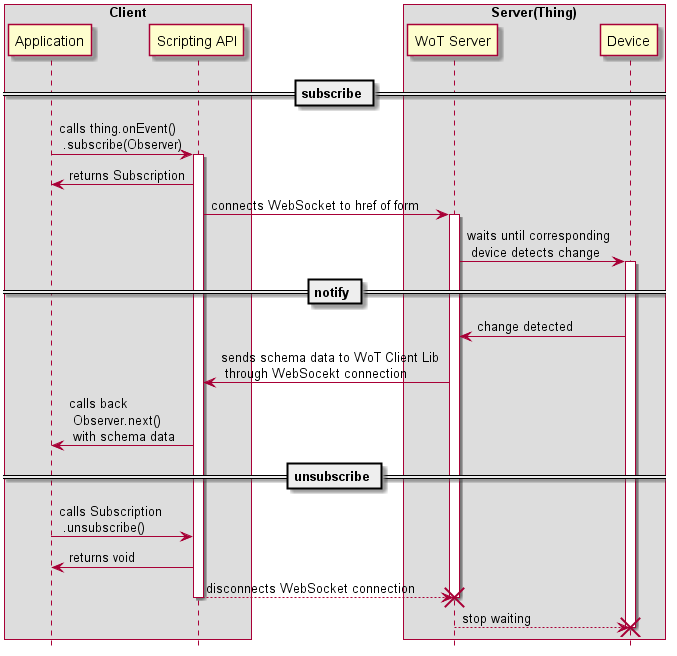
Before: images/message-flows/A_3_1c_eventWebSocket.png, a diagram exported from PlantUML (w3c/wot-architecture). Its diagram source:
```plantuml
@startuml
hide footbox

box "Client"
participant "Application" as AP
participant "Scripting API" as SA
end box

box "Server(Thing)"
participant "WoT Server" as WS
participant "Device" as DC
end box

== subscribe ==

AP  -> SA: calls thing.onEvent() \n .subscribe(Observer)
activate SA
SA  -> AP: returns Subscription
SA  -> WS: connects WebSocket to href of form
activate WS
WS  -> DC: waits until corresponding \n device detects change
activate DC

== notify ==

DC  -> WS: change detected
WS  -> SA: sends schema data to WoT Client Lib \n through WebSocekt connection
SA  -> AP: calls back \n Observer.next() \n with schema data

== unsubscribe ==

AP  -> SA: calls Subscription \n .unsubscribe()
SA  -> AP: returns void
SA --> WS: disconnects WebSocket connection
deactivate SA
destroy WS
WS --> DC: stop waiting
destroy DC

@enduml
```
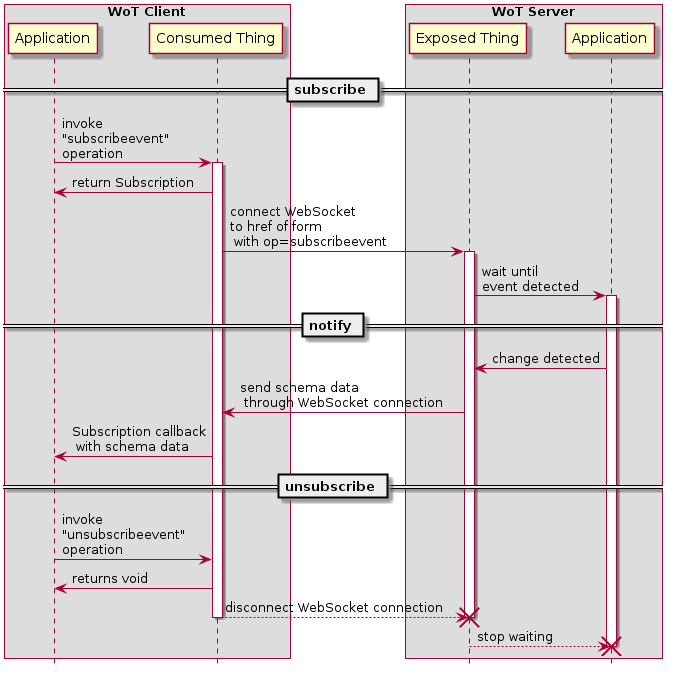
The same diagram one commit later.

Diff of the diagram source:
```diff
@@ -1,37 +1,37 @@
 @startuml
 hide footbox
 
-box "Client"
+box "WoT Client"
 participant "Application" as AP
-participant "Scripting API" as SA
+participant "Consumed Thing" as SA
 end box
 
-box "Server(Thing)"
-participant "WoT Server" as WS
-participant "Device" as DC
+box "WoT Server"
+participant "Exposed Thing" as WS
+participant "Application" as DC
 end box
 
 == subscribe ==
 
-AP  -> SA: calls thing.onEvent() \n .subscribe(Observer)
+AP  -> SA: invoke\n"subscribeevent"\noperation
 activate SA
-SA  -> AP: returns Subscription
-SA  -> WS: connects WebSocket to href of form
+SA  -> AP: return Subscription
+SA  -> WS: connect WebSocket\nto href of form\n with op=subscribeevent
 activate WS
-WS  -> DC: waits until corresponding \n device detects change
+WS  -> DC: wait until\nevent detected
 activate DC
 
 == notify ==
 
 DC  -> WS: change detected
-WS  -> SA: sends schema data to WoT Client Lib \n through WebSocekt connection
-SA  -> AP: calls back \n Observer.next() \n with schema data
+WS  -> SA: send schema data\n through WebSocket connection
+SA  -> AP: Subscription callback\n with schema data
 
 == unsubscribe ==
 
-AP  -> SA: calls Subscription \n .unsubscribe()
+AP  -> SA: invoke\n"unsubscribeevent"\noperation
 SA  -> AP: returns void
-SA --> WS: disconnects WebSocket connection
+SA --> WS: disconnect WebSocket connection
 deactivate SA
 destroy WS
 WS --> DC: stop waiting
```
